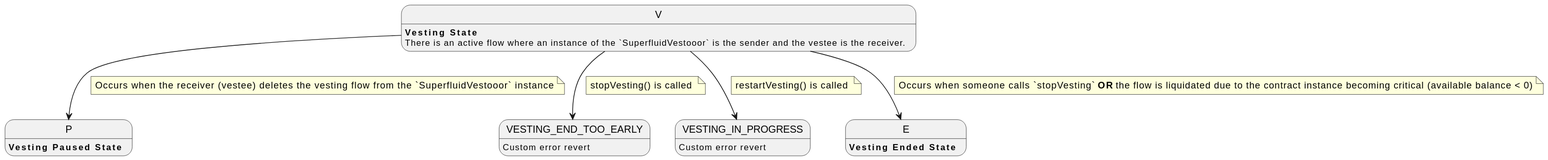
superfluid-finance/esg keeps this PlantUML diagram as superfluid-vester-a/evm-contracts/plantuml/vesting_state.svg. Above is the earlier version.
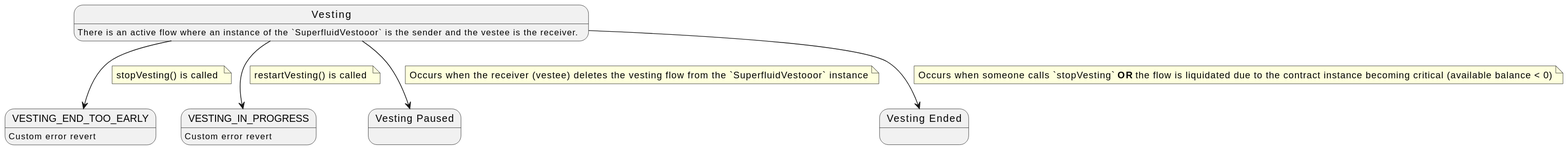
After the commit.

What changed in the source:
```diff
@@ -1,9 +1,16 @@
 @startuml
+state P {
+state "Vesting Paused" as P
+}
+state V {
+state "Vesting" as V
+}
+state E {
+state "Vesting Ended" as E
+}
 V --> P
-V: **Vesting State**
 V: There is an active flow where an instance of the `SuperfluidVestooor` is the sender and the vestee is the receiver.
 
-P : **Vesting Paused State**
 note on link
 Occurs when the receiver (vestee) deletes the vesting flow from the `SuperfluidVestooor` instance
 end note
@@ -21,7 +28,6 @@
 end note
 
 V --> E
-E: **Vesting Ended State**
 note on link
 Occurs when someone calls `stopVesting` **OR** the flow is liquidated due to the contract instance becoming critical (available balance < 0)
 end note
```
